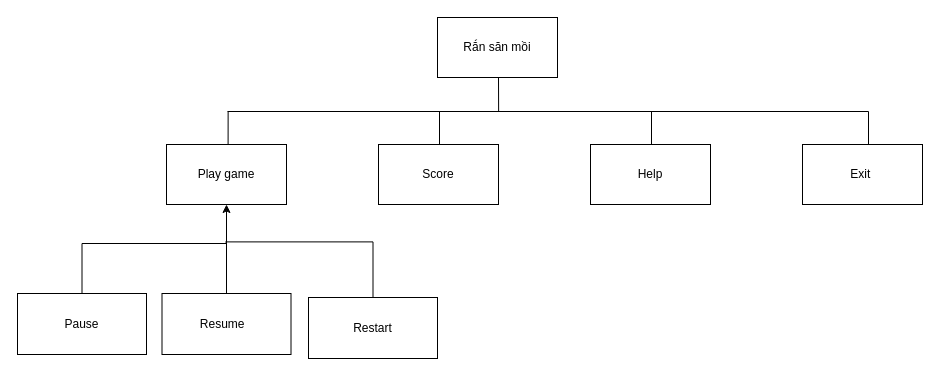
Clow295/Clow295 keeps this draw.io diagram as snake.drawio. Above is the earlier version. Source tidied: cells renumbered, new cells numbered last; positions are measured from the earlier drawing's top-left corner, leaving out a move shared by most shapes. Both pictures are drawn from the tidied source at 100%, with x=0, y=0 at pixel (17, 17).
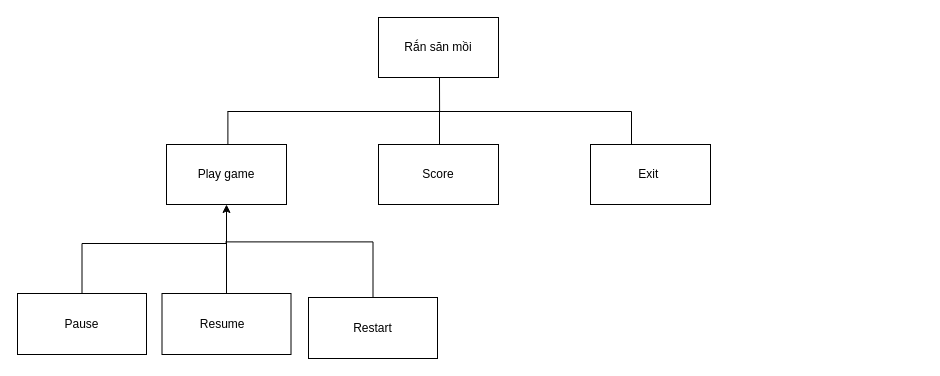
After the change.

Change to the diagram source:
```diff
@@
     <mxCell id="2" value="Rắn săn mồi" style="rounded=0;whiteSpace=wrap;html=1;" parent="1" vertex="1">
-      <mxGeometry x="420" width="120" height="60" as="geometry" />
+      <mxGeometry x="361" width="120" height="60" as="geometry" />
     </mxCell>
@@
-    <mxCell id="5" value="Help" style="rounded=0;whiteSpace=wrap;html=1;" parent="1" vertex="1">
-      <mxGeometry x="573" y="127" width="120" height="60" as="geometry" />
-    </mxCell>
     <mxCell id="6" value="Exit&amp;nbsp;" style="rounded=0;whiteSpace=wrap;html=1;" parent="1" vertex="1">
-      <mxGeometry x="785" y="127" width="120" height="60" as="geometry" />
+      <mxGeometry x="573" y="127" width="120" height="60" as="geometry" />
     </mxCell>
@@
     <mxCell id="13" style="line;strokeWidth=1;fillColor=none;align=left;verticalAlign=middle;spacingTop=-1;spacingLeft=3;spacingRight=3;labelPosition=right;points=[];portConstraint=eastwest;strokeColor=inherit;" parent="1" vertex="1">
-      <mxGeometry x="210" y="90" width="641" height="8" as="geometry" />
+      <mxGeometry x="210" y="90" width="404" height="8" as="geometry" />
     </mxCell>
@@
-    <mxCell id="16" style="edgeStyle=orthogonalEdgeStyle;rounded=0;orthogonalLoop=1;jettySize=auto;html=1;exitX=0.5;exitY=0;exitDx=0;exitDy=0;entryX=0.001;entryY=0.492;entryDx=0;entryDy=0;entryPerimeter=0;endArrow=none;endFill=0;" parent="1" edge="1">
-      <mxGeometry relative="1" as="geometry">
-        <mxPoint x="632" y="127" as="sourcePoint" />
-        <mxPoint x="634" y="94" as="targetPoint" />
-      </mxGeometry>
-    </mxCell>
     <mxCell id="17" style="edgeStyle=orthogonalEdgeStyle;rounded=0;orthogonalLoop=1;jettySize=auto;html=1;exitX=0.5;exitY=0;exitDx=0;exitDy=0;entryX=0.001;entryY=0.492;entryDx=0;entryDy=0;entryPerimeter=0;endArrow=none;endFill=0;" parent="1" edge="1">
       <mxGeometry relative="1" as="geometry">
-        <mxPoint x="849" y="127" as="sourcePoint" />
-        <mxPoint x="851" y="94" as="targetPoint" />
+        <mxPoint x="612" y="127" as="sourcePoint" />
+        <mxPoint x="614" y="94" as="targetPoint" />
       </mxGeometry>
     </mxCell>
-    <mxCell id="18" style="edgeStyle=orthogonalEdgeStyle;rounded=0;jettySize=auto;html=1;exitX=0.423;exitY=0.464;exitDx=0;exitDy=0;entryX=0.001;entryY=0.492;entryDx=0;entryDy=0;entryPerimeter=0;endArrow=none;endFill=0;exitPerimeter=0;" parent="1" edge="1" source="13">
-      <mxGeometry relative="1" as="geometry">
-        <mxPoint x="481" y="60" as="targetPoint" />
-      </mxGeometry>
-    </mxCell>
+    <mxCell id="19" style="edgeStyle=orthogonalEdgeStyle;rounded=0;orthogonalLoop=1;jettySize=auto;html=1;exitX=0.671;exitY=0.578;exitDx=0;exitDy=0;entryX=0.001;entryY=0.492;entryDx=0;entryDy=0;entryPerimeter=0;endArrow=none;endFill=0;exitPerimeter=0;" parent="1" edge="1">
+      <mxGeometry relative="1" as="geometry">
+        <mxPoint x="422.1" y="94.6" as="sourcePoint" />
+        <mxPoint x="422" y="60" as="targetPoint" />
+      </mxGeometry>
+    </mxCell>
```
